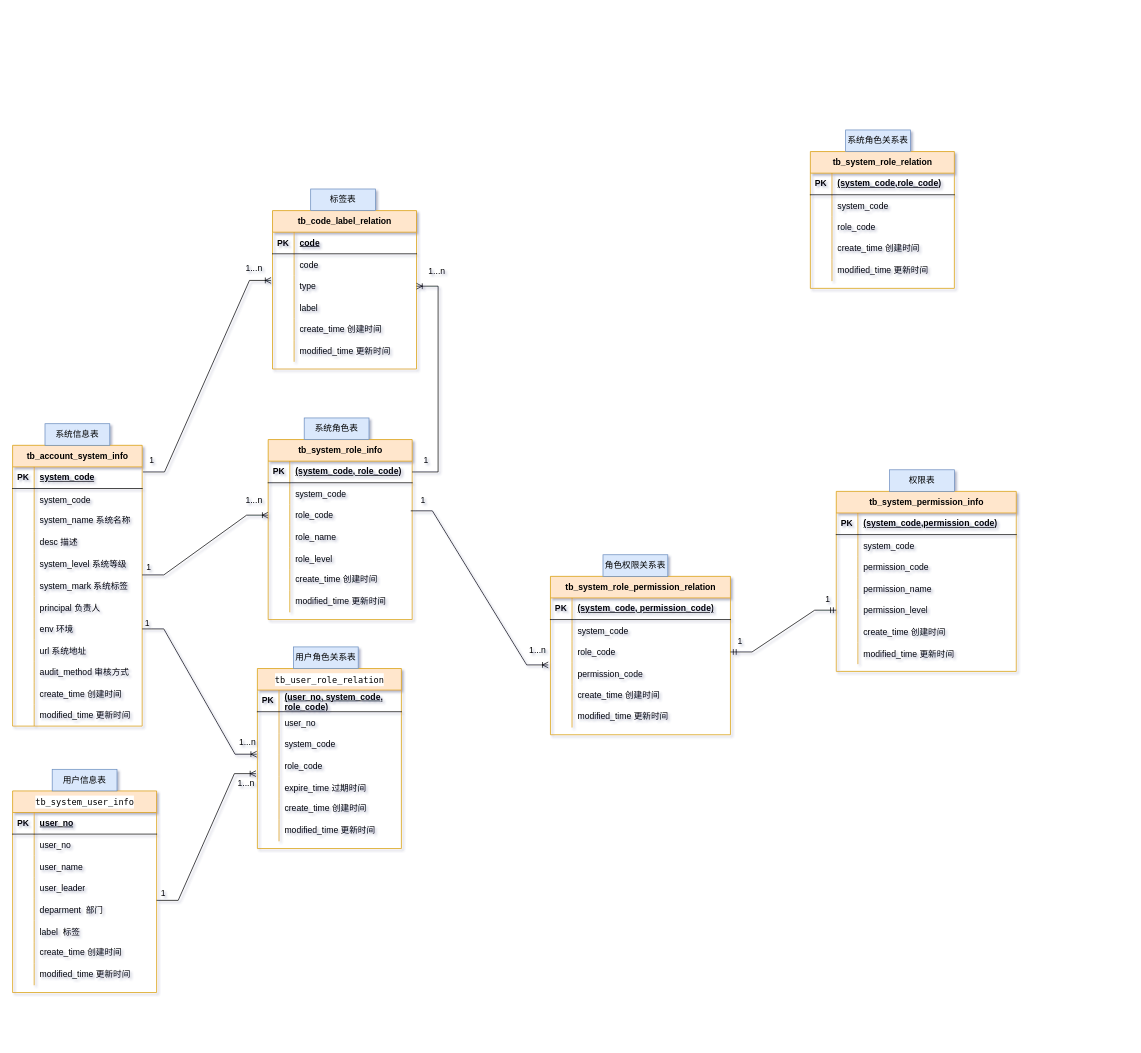
The draw.io diagram page "第 4 页" (4 of 4) of 开票流程.drawio in littleDagron/Codepractice, before the edit. Source tidied: cells renumbered, new cells numbered last; positions are measured from the earlier drawing's top-left corner, leaving out a move shared by most shapes. Both pictures are drawn from the tidied source at 72%, with x=0, y=0 at pixel (12, 130).
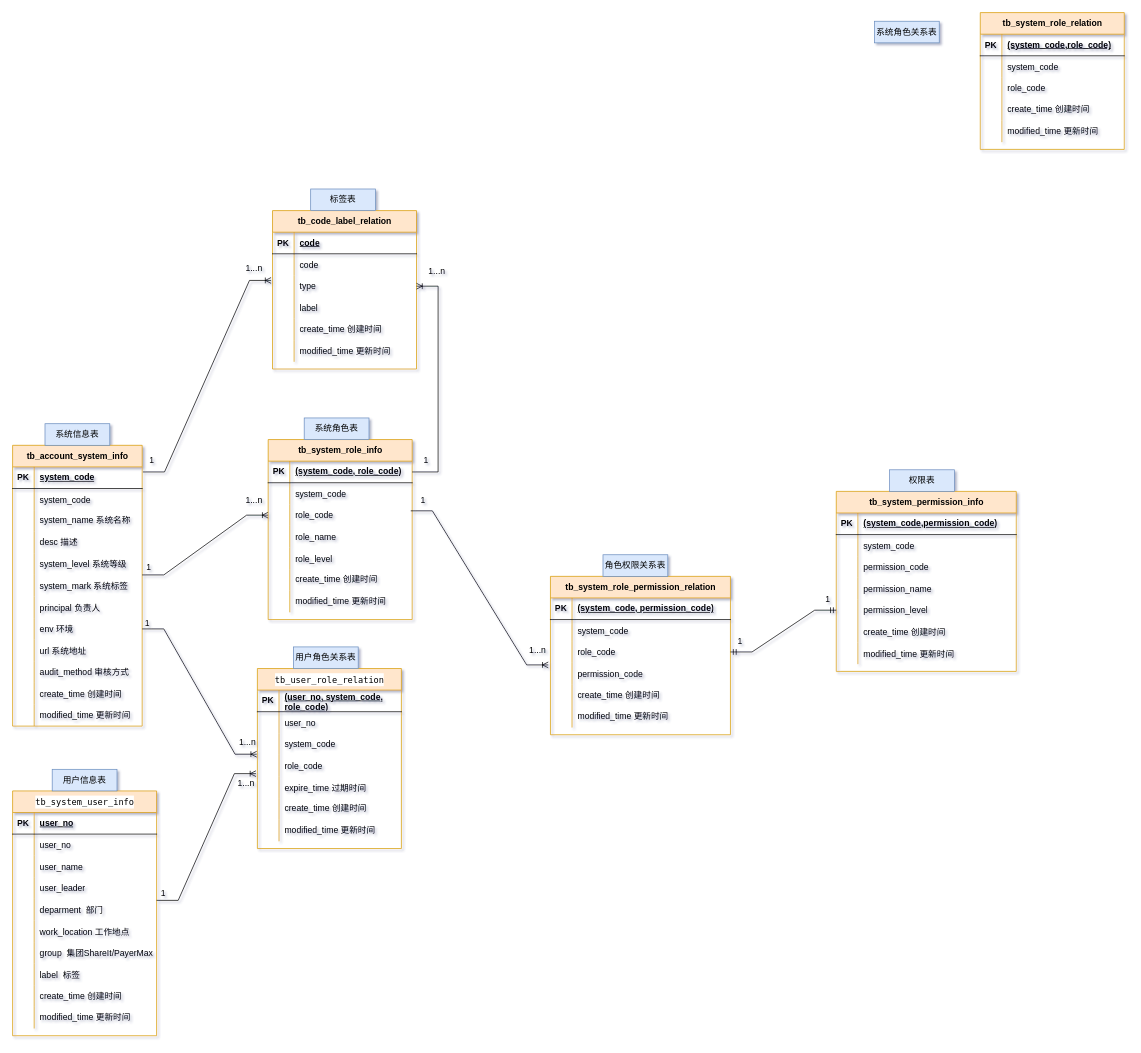
After the change.

Commit message (it also covers changes not shown here):
更新开票流程.drawio

What changed in the source:
```diff
@@
     <mxCell id="105" value="&lt;div style=&quot;background-color: rgb(255, 255, 254); font-family: Menlo, Monaco, &amp;quot;Courier New&amp;quot;, monospace; font-weight: normal; line-height: 18px; white-space-collapse: preserve;&quot;&gt;tb_system_user_info&lt;/div&gt;" style="shape=table;startSize=30;childLayout=tableLayout;rowLines=0;fontStyle=1;align=center;html=1;fillColor=#ffe6cc;strokeColor=#d79b00;" parent="1" vertex="1">
-      <mxGeometry y="918" width="200" height="280" as="geometry" />
+      <mxGeometry y="918" width="200" height="340" as="geometry" />
     </mxCell>
@@
+    <mxCell id="213" style="shape=tableRow;horizontal=0;startSize=0;swimlaneHead=0;swimlaneBody=0;fillColor=none;top=0;left=0;right=0;bottom=0;" parent="105" vertex="1">
+      <mxGeometry y="180" width="200" height="30" as="geometry" />
+    </mxCell>
+    <mxCell id="214" style="shape=partialRectangle;fillColor=none;top=0;left=0;bottom=0;right=0;overflow=hidden;" parent="213" vertex="1">
+      <mxGeometry width="30" height="30" as="geometry" />
+    </mxCell>
+    <mxCell id="215" value="work_location 工作地点" style="shape=partialRectangle;fillColor=none;top=0;left=0;bottom=0;right=0;align=left;spacingLeft=6;overflow=hidden;" parent="213" vertex="1">
+      <mxGeometry x="30" width="170" height="30" as="geometry" />
+    </mxCell>
+    <mxCell id="216" style="shape=tableRow;horizontal=0;startSize=0;swimlaneHead=0;swimlaneBody=0;fillColor=none;top=0;left=0;right=0;bottom=0;" parent="105" vertex="1">
+      <mxGeometry y="210" width="200" height="30" as="geometry" />
+    </mxCell>
+    <mxCell id="217" style="shape=partialRectangle;fillColor=none;top=0;left=0;bottom=0;right=0;overflow=hidden;" parent="216" vertex="1">
+      <mxGeometry width="30" height="30" as="geometry" />
+    </mxCell>
+    <mxCell id="218" value="group  集团ShareIt/PayerMax" style="shape=partialRectangle;fillColor=none;top=0;left=0;bottom=0;right=0;align=left;spacingLeft=6;overflow=hidden;" parent="216" vertex="1">
+      <mxGeometry x="30" width="170" height="30" as="geometry" />
+    </mxCell>
     <mxCell id="121" style="shape=tableRow;horizontal=0;startSize=0;swimlaneHead=0;swimlaneBody=0;fillColor=none;top=0;left=0;right=0;bottom=0;" parent="105" vertex="1">
-      <mxGeometry y="180" width="200" height="30" as="geometry" />
+      <mxGeometry y="240" width="200" height="30" as="geometry" />
     </mxCell>
@@
     <mxCell id="124" style="shape=tableRow;horizontal=0;startSize=0;swimlaneHead=0;swimlaneBody=0;fillColor=none;top=0;left=0;right=0;bottom=0;" parent="105" vertex="1">
-      <mxGeometry y="210" width="200" height="30" as="geometry" />
+      <mxGeometry y="270" width="200" height="30" as="geometry" />
     </mxCell>
@@
     <mxCell id="127" style="shape=tableRow;horizontal=0;startSize=0;swimlaneHead=0;swimlaneBody=0;fillColor=none;top=0;left=0;right=0;bottom=0;" parent="105" vertex="1">
-      <mxGeometry y="240" width="200" height="30" as="geometry" />
+      <mxGeometry y="300" width="200" height="30" as="geometry" />
     </mxCell>
@@
     <mxCell id="169" value="tb_system_role_relation" style="shape=table;startSize=30;childLayout=tableLayout;rowLines=0;fontStyle=1;align=center;html=1;fillColor=#ffe6cc;strokeColor=#d79b00;" parent="1" vertex="1">
-      <mxGeometry x="1108" y="30" width="200" height="190" as="geometry" />
+      <mxGeometry x="1344" y="-163" width="200" height="190" as="geometry" />
     </mxCell>
@@
     <mxCell id="185" value="系统角色关系表" style="text;html=1;align=center;verticalAlign=middle;whiteSpace=wrap;rounded=0;fillColor=#dae8fc;strokeColor=#6c8ebf;" parent="1" vertex="1">
-      <mxGeometry x="1157" width="90" height="30" as="geometry" />
+      <mxGeometry x="1197" y="-151" width="90" height="30" as="geometry" />
     </mxCell>
```
